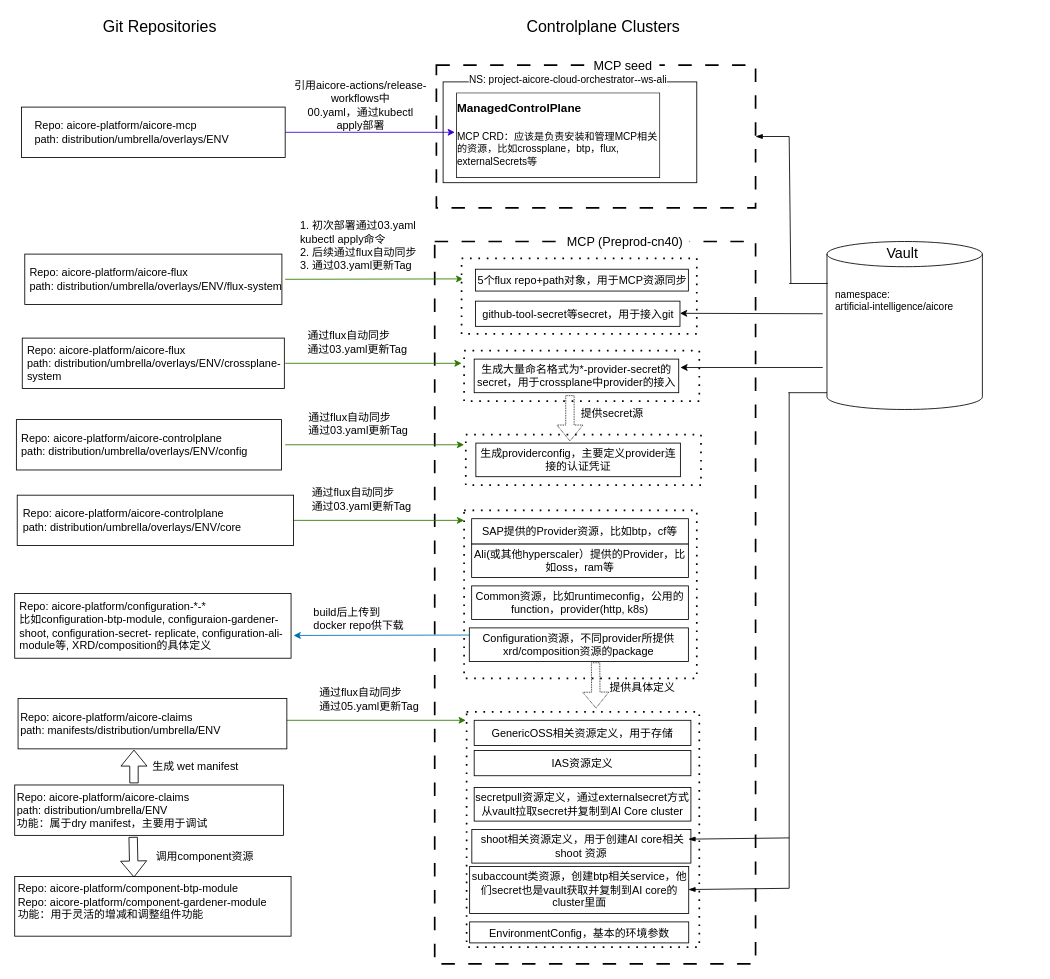
Above: Drawio/MCP.drawio in polark-bit/StudyGit (draw.io), before the change. Source tidied: cells renumbered, new cells numbered last; positions are measured from the earlier drawing's top-left corner, leaving out a move shared by most shapes. Both pictures are drawn from the tidied source at 84%, with x=0, y=0 at pixel (14, 14).
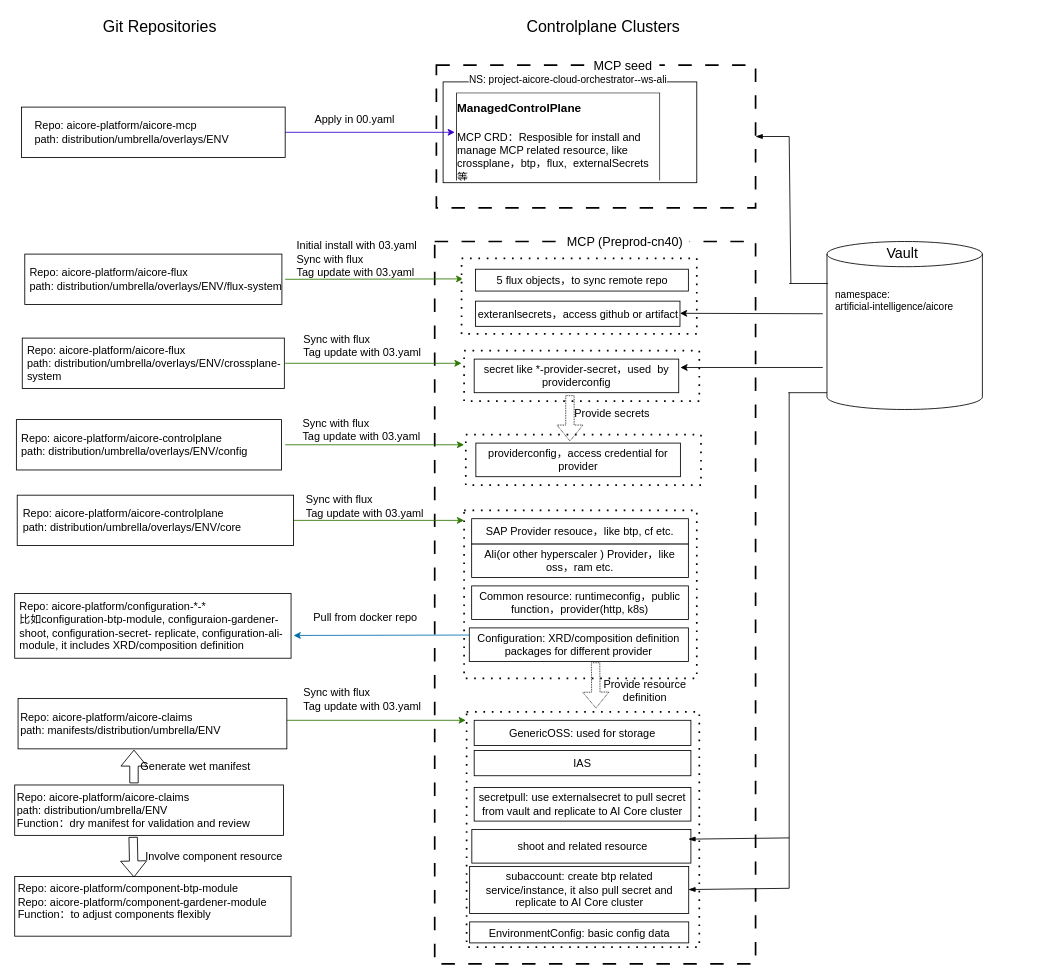
Above is the later version.

Unchanged cells that the change refers to:
```xml
<mxCell id="60" style="group;" parent="1" vertex="1">
  <mxGeometry y="689" width="329" height="90" as="geometry" />
</mxCell>
<mxCell id="72" style="group;fontSize=13;" parent="1" vertex="1">
  <mxGeometry y="917" width="330" height="60" as="geometry" />
</mxCell>
<mxCell id="75" style="group;" parent="1" vertex="1">
  <mxGeometry y="1037" width="329" height="90" as="geometry" />
</mxCell>
```

Diff of the diagram source:
```diff
@@
-    <mxCell id="4" value="&lt;div&gt;引用aicore-actions/release-workflows中&lt;/div&gt;00.yaml，通过kubectl apply部署" style="text;html=1;whiteSpace=wrap;strokeColor=none;fillColor=none;align=center;verticalAlign=middle;rounded=0;fontSize=13;" parent="1" vertex="1">
-      <mxGeometry x="332" y="85" width="160" height="45" as="geometry" />
+    <mxCell id="4" value="Apply in 00.yaml" style="text;html=1;whiteSpace=wrap;strokeColor=none;fillColor=none;align=center;verticalAlign=middle;rounded=0;fontSize=13;" parent="1" vertex="1">
+      <mxGeometry x="325" y="110" width="160" height="30" as="geometry" />
     </mxCell>
@@
-    <mxCell id="8" value="&lt;h1 style=&quot;margin-top: 0px;&quot;&gt;&lt;font style=&quot;font-size: 14px;&quot;&gt;ManagedControlPlane&lt;/font&gt;&lt;/h1&gt;&lt;p&gt;MCP CRD：应该是负责安装和管理MCP相关的资源，比如crossplane，btp，flux,&amp;nbsp; externalSecrets等&lt;/p&gt;" style="text;html=1;whiteSpace=wrap;overflow=hidden;rounded=0;labelBorderColor=default;spacingTop=1;spacingLeft=0;spacingRight=3;align=left;" parent="1" vertex="1">
+    <mxCell id="8" value="&lt;h1 style=&quot;margin-top: 0px;&quot;&gt;&lt;font style=&quot;font-size: 14px;&quot;&gt;ManagedControlPlane&lt;/font&gt;&lt;/h1&gt;&lt;p&gt;&lt;font style=&quot;font-size: 13px;&quot;&gt;MCP CRD：Resposible for install and manage MCP related resource, like crossplane，btp，flux,&amp;nbsp; externalSecrets等&lt;/font&gt;&lt;/p&gt;" style="text;html=1;whiteSpace=wrap;overflow=hidden;rounded=0;labelBorderColor=default;spacingTop=1;spacingLeft=0;spacingRight=3;align=left;" parent="1" vertex="1">
       <mxGeometry x="524" y="85" width="248" height="110" as="geometry" />
     </mxCell>
@@
-    <mxCell id="10" value="&lt;div&gt;1. 初次部署通过&lt;span style=&quot;background-color: transparent; color: light-dark(rgb(0, 0, 0), rgb(255, 255, 255));&quot;&gt;03.yaml kubectl apply命令&lt;/span&gt;&lt;/div&gt;&lt;div&gt;&lt;span style=&quot;background-color: transparent; color: light-dark(rgb(0, 0, 0), rgb(255, 255, 255));&quot;&gt;2. 后续通过flux自动同步&lt;/span&gt;&lt;/div&gt;&lt;div&gt;3. 通过03.yaml更新Tag&lt;/div&gt;" style="text;html=1;whiteSpace=wrap;strokeColor=none;fillColor=none;align=left;verticalAlign=middle;rounded=0;fontSize=13;" parent="1" vertex="1">
-      <mxGeometry x="337.5" y="245" width="170" height="60" as="geometry" />
-    </mxCell>
-    <mxCell id="11" value="&lt;div&gt;&lt;span style=&quot;background-color: transparent; color: light-dark(rgb(0, 0, 0), rgb(255, 255, 255));&quot;&gt;通过flux自动同步&lt;/span&gt;&lt;/div&gt;&lt;div&gt;通过03.yaml更新Tag&lt;/div&gt;" style="text;html=1;whiteSpace=wrap;strokeColor=none;fillColor=none;align=left;verticalAlign=middle;rounded=0;fontSize=13;" parent="1" vertex="1">
-      <mxGeometry x="347" y="375" width="125" height="30" as="geometry" />
+    <mxCell id="11" value="&lt;div&gt;&lt;span style=&quot;background-color: transparent; color: light-dark(rgb(0, 0, 0), rgb(255, 255, 255));&quot;&gt;Sync with flux&lt;/span&gt;&lt;/div&gt;&lt;div&gt;&lt;span style=&quot;background-color: transparent; color: light-dark(rgb(0, 0, 0), rgb(255, 255, 255));&quot;&gt;Tag update with 03.yaml&lt;/span&gt;&lt;/div&gt;" style="text;html=1;whiteSpace=wrap;strokeColor=none;fillColor=none;align=left;verticalAlign=middle;rounded=0;fontSize=13;" parent="1" vertex="1">
+      <mxGeometry x="342" y="379" width="145" height="30" as="geometry" />
     </mxCell>
@@
-    <mxCell id="14" value="&lt;div&gt;&lt;span style=&quot;background-color: transparent; color: light-dark(rgb(0, 0, 0), rgb(255, 255, 255));&quot;&gt;通过flux自动同步&lt;/span&gt;&lt;/div&gt;&lt;div&gt;&lt;span style=&quot;background-color: transparent; color: light-dark(rgb(0, 0, 0), rgb(255, 255, 255));&quot;&gt;通过03.yaml更新Tag&lt;/span&gt;&lt;/div&gt;" style="text;html=1;whiteSpace=wrap;strokeColor=none;fillColor=none;align=left;verticalAlign=middle;rounded=0;fontSize=13;" parent="1" vertex="1">
-      <mxGeometry x="348" y="472" width="128" height="30" as="geometry" />
-    </mxCell>
@@
-    <mxCell id="16" value="&lt;div&gt;&lt;span style=&quot;background-color: transparent; color: light-dark(rgb(0, 0, 0), rgb(255, 255, 255));&quot;&gt;通过flux自动同步&lt;/span&gt;&lt;/div&gt;&lt;div&gt;&lt;span style=&quot;background-color: transparent; color: light-dark(rgb(0, 0, 0), rgb(255, 255, 255));&quot;&gt;通过03.yaml更新Tag&lt;/span&gt;&lt;/div&gt;" style="text;html=1;whiteSpace=wrap;strokeColor=none;fillColor=none;align=left;verticalAlign=middle;rounded=0;fontSize=13;" parent="1" vertex="1">
-      <mxGeometry x="352" y="562" width="137" height="30" as="geometry" />
-    </mxCell>
@@
-    <mxCell id="18" value="&lt;div&gt;&lt;span style=&quot;background-color: transparent; color: light-dark(rgb(0, 0, 0), rgb(255, 255, 255));&quot;&gt;通过flux自动同步&lt;/span&gt;&lt;/div&gt;&lt;div&gt;通过05.yaml更新Tag&lt;/div&gt;" style="text;html=1;whiteSpace=wrap;strokeColor=none;fillColor=none;align=left;verticalAlign=middle;rounded=0;fontSize=13;" parent="1" vertex="1">
-      <mxGeometry x="361" y="800" width="147" height="30" as="geometry" />
-    </mxCell>
@@
-    <mxCell id="22" value="5个flux repo+path对象，用于MCP资源同步" style="rounded=0;whiteSpace=wrap;html=1;fontSize=13;" parent="1" vertex="1">
+    <mxCell id="22" value="5 flux objects，to sync remote repo" style="rounded=0;whiteSpace=wrap;html=1;fontSize=13;" parent="1" vertex="1">
       <mxGeometry x="548.5" y="303" width="253.5" height="26" as="geometry" />
     </mxCell>
-    <mxCell id="23" value="&lt;div class=&quot;lake-content&quot;&gt;&lt;span class=&quot;ne-text&quot;&gt;github-tool-secret等secret，用于接入git&lt;/span&gt;&lt;/div&gt;" style="rounded=0;whiteSpace=wrap;html=1;fontSize=13;" parent="1" vertex="1">
+    <mxCell id="23" value="&lt;div class=&quot;lake-content&quot;&gt;&lt;span class=&quot;ne-text&quot;&gt;exteranlsecrets，access github or artifact&lt;/span&gt;&lt;/div&gt;" style="rounded=0;whiteSpace=wrap;html=1;fontSize=13;" parent="1" vertex="1">
       <mxGeometry x="548.5" y="341" width="243.5" height="30" as="geometry" />
     </mxCell>
@@
-    <mxCell id="29" value="&lt;div class=&quot;lake-content&quot;&gt;生成大量命名格式为*-provider-secret的secret，用于crossplane中provider的接入&lt;/div&gt;" style="rounded=0;whiteSpace=wrap;html=1;fontSize=13;" parent="1" vertex="1">
+    <mxCell id="29" value="&lt;div class=&quot;lake-content&quot;&gt;secret like *-provider-secret，used&amp;nbsp; by providerconfig&lt;/div&gt;" style="rounded=0;whiteSpace=wrap;html=1;fontSize=13;" parent="1" vertex="1">
       <mxGeometry x="547" y="410" width="243.5" height="40" as="geometry" />
     </mxCell>
@@
-    <mxCell id="32" value="&lt;div class=&quot;lake-content&quot;&gt;生成providerconfig，主要定义provider连接&lt;span style=&quot;background-color: transparent; color: light-dark(rgb(0, 0, 0), rgb(255, 255, 255));&quot;&gt;的认证凭证&lt;/span&gt;&lt;/div&gt;" style="rounded=0;whiteSpace=wrap;html=1;fontSize=13;" parent="1" vertex="1">
+    <mxCell id="32" value="&lt;div class=&quot;lake-content&quot;&gt;providerconfig，access credential for provider&lt;/div&gt;" style="rounded=0;whiteSpace=wrap;html=1;fontSize=13;" parent="1" vertex="1">
       <mxGeometry x="549" y="510" width="243.5" height="40" as="geometry" />
     </mxCell>
@@
-    <mxCell id="56" value="&lt;div class=&quot;lake-content&quot;&gt;Ali(或其他hyperscaler）提供的Provider，比如oss，ram等&lt;/div&gt;" style="rounded=0;whiteSpace=wrap;html=1;fontSize=13;" parent="1" vertex="1">
+    <mxCell id="56" value="&lt;div class=&quot;lake-content&quot;&gt;Ali(or other hyperscaler ) Provider，like oss，ram etc.&lt;/div&gt;" style="rounded=0;whiteSpace=wrap;html=1;fontSize=13;" parent="1" vertex="1">
       <mxGeometry x="544" y="630" width="258" height="40" as="geometry" />
     </mxCell>
-    <mxCell id="57" value="&lt;div class=&quot;lake-content&quot;&gt;SAP提供的Provider资源，比如btp，cf等&lt;/div&gt;" style="rounded=0;whiteSpace=wrap;html=1;fontSize=13;" parent="1" vertex="1">
+    <mxCell id="57" value="&lt;div class=&quot;lake-content&quot;&gt;SAP Provider resouce，like btp, cf etc.&lt;/div&gt;" style="rounded=0;whiteSpace=wrap;html=1;fontSize=13;" parent="1" vertex="1">
       <mxGeometry x="544" y="600" width="258" height="30" as="geometry" />
     </mxCell>
-    <mxCell id="58" value="&lt;div class=&quot;lake-content&quot;&gt;Common资源，比如runtimeconfig，公用的function，provider(http, k8s)&lt;/div&gt;" style="rounded=0;whiteSpace=wrap;html=1;fontSize=13;" parent="1" vertex="1">
+    <mxCell id="58" value="&lt;div class=&quot;lake-content&quot;&gt;Common resource: runtimeconfig，public function，provider(http, k8s)&lt;/div&gt;" style="rounded=0;whiteSpace=wrap;html=1;fontSize=13;" parent="1" vertex="1">
       <mxGeometry x="544" y="680" width="258" height="40" as="geometry" />
     </mxCell>
-    <mxCell id="59" value="&lt;div class=&quot;lake-content&quot;&gt;Configuration资源，不同provider所提供xrd/composition资源的package&lt;/div&gt;" style="rounded=0;whiteSpace=wrap;html=1;fontSize=13;" parent="1" vertex="1">
+    <mxCell id="59" value="&lt;div class=&quot;lake-content&quot;&gt;Configuration: XRD/composition definition packages for different provider&lt;/div&gt;" style="rounded=0;whiteSpace=wrap;html=1;fontSize=13;" parent="1" vertex="1">
       <mxGeometry x="541.2" y="730" width="260.8" height="40" as="geometry" />
     </mxCell>
@@
-    <mxCell id="62" value="Repo:&amp;nbsp;aicore-platform/configuration-*-*&lt;div&gt;比如configuration-btp-module, configuraion-gardener-shoot, configuration-secret- replicate, configuration-ali-module等, XRD/composition的具体定义&lt;/div&gt;" style="text;html=1;whiteSpace=wrap;strokeColor=none;fillColor=none;align=left;verticalAlign=middle;rounded=0;fontSize=13;" parent="60" vertex="1">
+    <mxCell id="62" value="Repo:&amp;nbsp;aicore-platform/configuration-*-*&lt;div&gt;比如configuration-btp-module, configuraion-gardener-shoot, configuration-secret- replicate, configuration-ali-module, it includes XRD/composition definition&lt;/div&gt;" style="text;html=1;whiteSpace=wrap;strokeColor=none;fillColor=none;align=left;verticalAlign=middle;rounded=0;fontSize=13;" parent="60" vertex="1">
       <mxGeometry x="4" y="-12" width="324.4" height="101.2" as="geometry" />
     </mxCell>
-    <mxCell id="63" value="build后上传到docker repo供下载" style="text;html=1;whiteSpace=wrap;strokeColor=none;fillColor=none;align=left;verticalAlign=middle;rounded=0;fontSize=13;" parent="1" vertex="1">
-      <mxGeometry x="353.5" y="704" width="117" height="30" as="geometry" />
+    <mxCell id="63" value="Pull from docker repo&amp;nbsp;" style="text;html=1;whiteSpace=wrap;strokeColor=none;fillColor=none;align=left;verticalAlign=middle;rounded=0;fontSize=13;" parent="1" vertex="1">
+      <mxGeometry x="353.5" y="704" width="138.5" height="26" as="geometry" />
     </mxCell>
@@
-    <mxCell id="66" value="IAS资源定义" style="rounded=0;whiteSpace=wrap;html=1;fontSize=13;" parent="1" vertex="1">
+    <mxCell id="66" value="IAS" style="rounded=0;whiteSpace=wrap;html=1;fontSize=13;" parent="1" vertex="1">
       <mxGeometry x="547" y="876" width="258" height="30" as="geometry" />
     </mxCell>
-    <mxCell id="67" value="&lt;div class=&quot;lake-content&quot;&gt;GenericOSS相关资源定义，用于存储&lt;/div&gt;" style="rounded=0;whiteSpace=wrap;html=1;fontSize=13;" parent="1" vertex="1">
+    <mxCell id="67" value="&lt;div class=&quot;lake-content&quot;&gt;GenericOSS: used for storage&lt;/div&gt;" style="rounded=0;whiteSpace=wrap;html=1;fontSize=13;" parent="1" vertex="1">
       <mxGeometry x="547" y="840" width="258" height="30" as="geometry" />
     </mxCell>
-    <mxCell id="68" value="&lt;div class=&quot;lake-content&quot;&gt;secretpull资源定义，通过externalsecret方式从vault拉取secret并复制到AI Core cluster&lt;/div&gt;" style="rounded=0;whiteSpace=wrap;html=1;fontSize=13;" parent="1" vertex="1">
+    <mxCell id="68" value="&lt;div class=&quot;lake-content&quot;&gt;secretpull: use externalsecret to pull secret from vault and replicate to AI Core cluster&lt;/div&gt;" style="rounded=0;whiteSpace=wrap;html=1;fontSize=13;" parent="1" vertex="1">
       <mxGeometry x="547" y="920" width="258" height="40" as="geometry" />
     </mxCell>
-    <mxCell id="69" value="&lt;div class=&quot;lake-content&quot;&gt;&amp;nbsp;shoot相关资源定义，用于创建AI core相关shoot 资源&lt;/div&gt;" style="rounded=0;whiteSpace=wrap;html=1;fontSize=13;" parent="1" vertex="1">
+    <mxCell id="69" value="&lt;div class=&quot;lake-content&quot;&gt;&amp;nbsp;shoot and related resource&lt;/div&gt;" style="rounded=0;whiteSpace=wrap;html=1;fontSize=13;" parent="1" vertex="1">
       <mxGeometry x="544.2" y="970" width="260.8" height="40" as="geometry" />
     </mxCell>
@@
-    <mxCell id="74" value="Repo:&amp;nbsp;aicore-platform/aicore-claims&lt;div&gt;path: distribution/umbrella/ENV&lt;/div&gt;&lt;div&gt;功能：属于dry manifest，主要用于调试&lt;/div&gt;" style="text;html=1;whiteSpace=wrap;strokeColor=none;fillColor=none;align=left;verticalAlign=middle;rounded=0;fontSize=13;" parent="72" vertex="1">
+    <mxCell id="74" value="Repo:&amp;nbsp;aicore-platform/aicore-claims&lt;div&gt;path: distribution/umbrella/ENV&lt;/div&gt;&lt;div&gt;Function：dry manifest for validation and review&lt;/div&gt;" style="text;html=1;whiteSpace=wrap;strokeColor=none;fillColor=none;align=left;verticalAlign=middle;rounded=0;fontSize=13;" parent="72" vertex="1">
       <mxGeometry x="1" width="326" height="60" as="geometry" />
     </mxCell>
@@
-    <mxCell id="77" value="Repo:&amp;nbsp;aicore-platform/component-btp-module&lt;div&gt;Repo: aicore-platform/component-gardener-module&lt;/div&gt;&lt;div&gt;功能：用于灵活的增减和调整组件功能&lt;/div&gt;" style="text;html=1;whiteSpace=wrap;strokeColor=none;fillColor=none;align=left;verticalAlign=middle;rounded=0;fontSize=13;" parent="75" vertex="1">
+    <mxCell id="77" value="Repo:&amp;nbsp;aicore-platform/component-btp-module&lt;div&gt;Repo: aicore-platform/component-gardener-module&lt;/div&gt;&lt;div&gt;Function：to adjust components flexibly&lt;/div&gt;" style="text;html=1;whiteSpace=wrap;strokeColor=none;fillColor=none;align=left;verticalAlign=middle;rounded=0;fontSize=13;" parent="75" vertex="1">
       <mxGeometry x="2.3" y="-11" width="324.4" height="59.2" as="geometry" />
     </mxCell>
@@
-    <mxCell id="79" value="生成 wet manifest" style="text;html=1;whiteSpace=wrap;strokeColor=none;fillColor=none;align=center;verticalAlign=middle;rounded=0;fontSize=13;" parent="1" vertex="1">
+    <mxCell id="79" value="Generate wet manifest" style="text;html=1;whiteSpace=wrap;strokeColor=none;fillColor=none;align=center;verticalAlign=middle;rounded=0;fontSize=13;" parent="1" vertex="1">
       <mxGeometry x="142" y="880" width="147" height="30" as="geometry" />
     </mxCell>
@@
-    <mxCell id="81" value="调用component资源" style="text;html=1;whiteSpace=wrap;strokeColor=none;fillColor=none;align=center;verticalAlign=middle;rounded=0;fontSize=13;" parent="1" vertex="1">
-      <mxGeometry x="153" y="987" width="147" height="30" as="geometry" />
+    <mxCell id="81" value="Involve component resource" style="text;html=1;whiteSpace=wrap;strokeColor=none;fillColor=none;align=center;verticalAlign=middle;rounded=0;fontSize=13;" parent="1" vertex="1">
+      <mxGeometry x="153" y="987" width="169" height="30" as="geometry" />
     </mxCell>
-    <mxCell id="82" value="&lt;div class=&quot;lake-content&quot;&gt;subaccount类资源，创建btp相关service，他们secret也是vault获取并复制到AI core的cluster里面&lt;/div&gt;" style="rounded=0;whiteSpace=wrap;html=1;fontSize=13;" parent="1" vertex="1">
+    <mxCell id="82" value="&lt;div class=&quot;lake-content&quot;&gt;subaccount: create btp related service/instance, it also pull secret and replicate to AI Core cluster&lt;/div&gt;" style="rounded=0;whiteSpace=wrap;html=1;fontSize=13;" parent="1" vertex="1">
       <mxGeometry x="541.6" y="1014" width="260.8" height="56" as="geometry" />
     </mxCell>
-    <mxCell id="83" value="&lt;div class=&quot;lake-content&quot;&gt;EnvironmentConfig，基本的环境参数&lt;/div&gt;" style="rounded=0;whiteSpace=wrap;html=1;fontSize=13;" parent="1" vertex="1">
+    <mxCell id="83" value="&lt;div class=&quot;lake-content&quot;&gt;EnvironmentConfig: basic config data&lt;/div&gt;" style="rounded=0;whiteSpace=wrap;html=1;fontSize=13;" parent="1" vertex="1">
       <mxGeometry x="541.6" y="1080" width="260.8" height="25" as="geometry" />
     </mxCell>
@@
-    <mxCell id="89" value="提供secret源" style="text;html=1;whiteSpace=wrap;strokeColor=none;fillColor=none;align=center;verticalAlign=middle;rounded=0;fontSize=13;" parent="1" vertex="1">
+    <mxCell id="89" value="Provide secrets" style="text;html=1;whiteSpace=wrap;strokeColor=none;fillColor=none;align=center;verticalAlign=middle;rounded=0;fontSize=13;" parent="1" vertex="1">
       <mxGeometry x="658" y="460" width="107" height="30" as="geometry" />
     </mxCell>
-    <mxCell id="90" value="提供具体定义" style="text;html=1;whiteSpace=wrap;strokeColor=none;fillColor=none;align=center;verticalAlign=middle;rounded=0;fontSize=13;" parent="1" vertex="1">
-      <mxGeometry x="694" y="786" width="107" height="30" as="geometry" />
+    <mxCell id="90" value="Provide resource definition" style="text;html=1;whiteSpace=wrap;strokeColor=none;fillColor=none;align=center;verticalAlign=middle;rounded=0;fontSize=13;" parent="1" vertex="1">
+      <mxGeometry x="697" y="790" width="107" height="30" as="geometry" />
     </mxCell>
+    <mxCell id="91" value="&lt;div&gt;&lt;span style=&quot;background-color: transparent; color: light-dark(rgb(0, 0, 0), rgb(255, 255, 255));&quot;&gt;Sync with flux&lt;/span&gt;&lt;/div&gt;&lt;div&gt;&lt;span style=&quot;background-color: transparent; color: light-dark(rgb(0, 0, 0), rgb(255, 255, 255));&quot;&gt;Tag update with 03.yaml&lt;/span&gt;&lt;/div&gt;" style="text;html=1;whiteSpace=wrap;strokeColor=none;fillColor=none;align=left;verticalAlign=middle;rounded=0;fontSize=13;" parent="1" vertex="1">
+      <mxGeometry x="341" y="479" width="145" height="30" as="geometry" />
+    </mxCell>
+    <mxCell id="92" value="&lt;div&gt;&lt;span style=&quot;background-color: transparent; color: light-dark(rgb(0, 0, 0), rgb(255, 255, 255));&quot;&gt;Sync with flux&lt;/span&gt;&lt;/div&gt;&lt;div&gt;&lt;span style=&quot;background-color: transparent; color: light-dark(rgb(0, 0, 0), rgb(255, 255, 255));&quot;&gt;Tag update with 03.yaml&lt;/span&gt;&lt;/div&gt;" style="text;html=1;whiteSpace=wrap;strokeColor=none;fillColor=none;align=left;verticalAlign=middle;rounded=0;fontSize=13;" parent="1" vertex="1">
+      <mxGeometry x="344.5" y="570" width="145" height="30" as="geometry" />
+    </mxCell>
+    <mxCell id="93" value="&lt;div&gt;&lt;span style=&quot;background-color: transparent; color: light-dark(rgb(0, 0, 0), rgb(255, 255, 255));&quot;&gt;Sync with flux&lt;/span&gt;&lt;/div&gt;&lt;div&gt;&lt;span style=&quot;background-color: transparent; color: light-dark(rgb(0, 0, 0), rgb(255, 255, 255));&quot;&gt;Tag update with 03.yaml&lt;/span&gt;&lt;/div&gt;" style="text;html=1;whiteSpace=wrap;strokeColor=none;fillColor=none;align=left;verticalAlign=middle;rounded=0;fontSize=13;" parent="1" vertex="1">
+      <mxGeometry x="342" y="800" width="145" height="30" as="geometry" />
+    </mxCell>
+    <mxCell id="94" value="&lt;div&gt;&lt;span style=&quot;background-color: transparent; color: light-dark(rgb(0, 0, 0), rgb(255, 255, 255));&quot;&gt;Initial install with 03.yaml&lt;/span&gt;&lt;/div&gt;&lt;div&gt;&lt;span style=&quot;background-color: transparent; color: light-dark(rgb(0, 0, 0), rgb(255, 255, 255));&quot;&gt;Sync with flux&lt;/span&gt;&lt;/div&gt;&lt;div&gt;&lt;span style=&quot;background-color: transparent; color: light-dark(rgb(0, 0, 0), rgb(255, 255, 255));&quot;&gt;Tag update with 03.yaml&lt;/span&gt;&lt;/div&gt;" style="text;html=1;whiteSpace=wrap;strokeColor=none;fillColor=none;align=left;verticalAlign=middle;rounded=0;fontSize=13;" parent="1" vertex="1">
+      <mxGeometry x="334" y="276" width="155" height="30" as="geometry" />
+    </mxCell>
```
